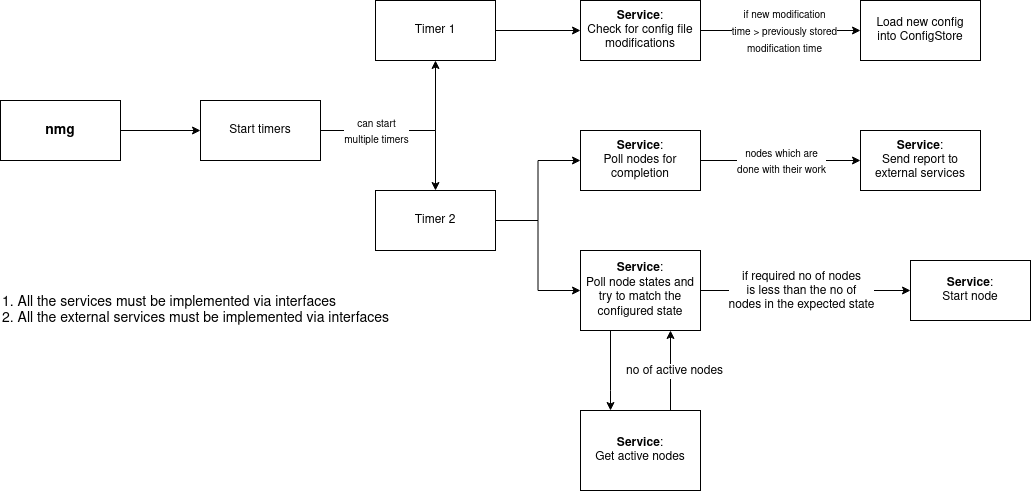
The draw.io diagram docs/node_manager_flow.png in sazid/node_manager, before a commit. Source tidied: cells renumbered, new cells last; positions are measured from the earlier drawing's top-left corner, leaving out a move shared by most shapes. Its diagram source:
```xml
<mxGraphModel>
  <root>
    <mxCell id="0" />
    <mxCell id="1" parent="0" />
    <mxCell id="2" style="edgeStyle=orthogonalEdgeStyle;rounded=0;jettySize=auto;html=1;" parent="1" edge="1" source="3" target="7">
      <mxGeometry relative="1" as="geometry" />
    </mxCell>
    <mxCell id="3" value="&lt;div style=&quot;font-size: 14px;&quot;&gt;nmg&lt;br style=&quot;font-size: 14px;&quot;&gt;&lt;/div&gt;" style="rounded=0;whiteSpace=wrap;html=1;fontStyle=1;fontSize=14;" parent="1" vertex="1">
      <mxGeometry y="100" width="120" height="60" as="geometry" />
    </mxCell>
    <mxCell id="4" style="edgeStyle=orthogonalEdgeStyle;rounded=0;jettySize=auto;html=1;" parent="1" edge="1" source="7" target="13">
      <mxGeometry relative="1" as="geometry" />
    </mxCell>
    <mxCell id="5" style="edgeStyle=orthogonalEdgeStyle;rounded=0;jettySize=auto;html=1;entryX=0.5;entryY=0;entryDx=0;entryDy=0;" parent="1" edge="1" source="7" target="16">
      <mxGeometry relative="1" as="geometry" />
    </mxCell>
    <mxCell id="6" value="&lt;font size=&quot;1&quot;&gt;can start&lt;br&gt;multiple timers&lt;br&gt;&lt;/font&gt;" style="edgeLabel;html=1;align=center;verticalAlign=middle;fontSize=14;" parent="5" vertex="1">
      <mxGeometry x="-0.53" y="1" relative="1" as="geometry">
        <mxPoint x="14" y="1" as="offset" />
      </mxGeometry>
    </mxCell>
    <mxCell id="7" value="&lt;div&gt;Start timers&lt;/div&gt;" style="rounded=0;whiteSpace=wrap;html=1;" parent="1" vertex="1">
      <mxGeometry x="200" y="100" width="120" height="60" as="geometry" />
    </mxCell>
    <mxCell id="8" style="edgeStyle=orthogonalEdgeStyle;rounded=0;jettySize=auto;html=1;" parent="1" edge="1" source="10" target="11">
      <mxGeometry relative="1" as="geometry" />
    </mxCell>
    <mxCell id="9" value="&lt;font style=&quot;font-size: 10px&quot;&gt;if new modification&lt;br&gt;time &amp;gt; previously stored&lt;br&gt;modification time&lt;br&gt;&lt;/font&gt;" style="edgeLabel;html=1;align=center;verticalAlign=middle;fontSize=14;" parent="8" vertex="1">
      <mxGeometry x="-0.21" y="-2" relative="1" as="geometry">
        <mxPoint x="20" y="-2" as="offset" />
      </mxGeometry>
    </mxCell>
    <mxCell id="10" value="&lt;b&gt;Service&lt;/b&gt;:&lt;br&gt;Check for config file modifications" style="rounded=0;whiteSpace=wrap;html=1;" parent="1" vertex="1">
      <mxGeometry x="580" width="120" height="60" as="geometry" />
    </mxCell>
    <mxCell id="11" value="Load new config&lt;br&gt;into ConfigStore" style="rounded=0;whiteSpace=wrap;html=1;" parent="1" vertex="1">
      <mxGeometry x="860" width="120" height="60" as="geometry" />
    </mxCell>
    <mxCell id="12" style="edgeStyle=orthogonalEdgeStyle;rounded=0;jettySize=auto;html=1;" parent="1" edge="1" source="13" target="10">
      <mxGeometry relative="1" as="geometry" />
    </mxCell>
    <mxCell id="13" value="Timer 1" style="rounded=0;whiteSpace=wrap;html=1;" parent="1" vertex="1">
      <mxGeometry x="375" width="120" height="60" as="geometry" />
    </mxCell>
    <mxCell id="14" style="edgeStyle=orthogonalEdgeStyle;rounded=0;jettySize=auto;html=1;" parent="1" edge="1" source="16" target="20">
      <mxGeometry relative="1" as="geometry" />
    </mxCell>
    <mxCell id="15" style="edgeStyle=orthogonalEdgeStyle;rounded=0;jettySize=auto;html=1;entryX=0;entryY=0.5;entryDx=0;entryDy=0;" parent="1" edge="1" source="16" target="23">
      <mxGeometry relative="1" as="geometry" />
    </mxCell>
    <mxCell id="16" value="Timer 2" style="rounded=0;whiteSpace=wrap;html=1;" parent="1" vertex="1">
      <mxGeometry x="375" y="190" width="120" height="60" as="geometry" />
    </mxCell>
    <mxCell id="17" style="edgeStyle=orthogonalEdgeStyle;rounded=0;jettySize=auto;html=1;fontSize=12;" parent="1" edge="1" source="20" target="29">
      <mxGeometry relative="1" as="geometry">
        <Array as="points">
          <mxPoint x="610" y="390" />
          <mxPoint x="610" y="390" />
        </Array>
      </mxGeometry>
    </mxCell>
    <mxCell id="18" style="edgeStyle=orthogonalEdgeStyle;rounded=0;jettySize=auto;html=1;entryX=0;entryY=0.5;entryDx=0;entryDy=0;fontSize=12;" parent="1" edge="1" source="20" target="25">
      <mxGeometry relative="1" as="geometry" />
    </mxCell>
    <mxCell id="19" value="&lt;font style=&quot;font-size: 12px&quot;&gt;if required no of nodes &lt;br style=&quot;font-size: 12px&quot;&gt;is less than the no of&lt;br style=&quot;font-size: 12px&quot;&gt;nodes in the expected state&lt;br style=&quot;font-size: 12px&quot;&gt;&lt;/font&gt;" style="edgeLabel;html=1;align=center;verticalAlign=middle;fontSize=12;" parent="18" vertex="1">
      <mxGeometry x="-0.13" y="-2" relative="1" as="geometry">
        <mxPoint x="9" y="-2" as="offset" />
      </mxGeometry>
    </mxCell>
    <mxCell id="20" value="&lt;div&gt;&lt;b&gt;Service&lt;/b&gt;:&lt;/div&gt;Poll node states and try to match the configured state" style="rounded=0;whiteSpace=wrap;html=1;" parent="1" vertex="1">
      <mxGeometry x="580" y="250" width="120" height="80" as="geometry" />
    </mxCell>
    <mxCell id="21" style="edgeStyle=orthogonalEdgeStyle;rounded=0;jettySize=auto;html=1;fontSize=14;" parent="1" edge="1" source="23" target="24">
      <mxGeometry relative="1" as="geometry" />
    </mxCell>
    <mxCell id="22" value="&lt;font style=&quot;font-size: 10px&quot;&gt;nodes which are&lt;br&gt;done with their work&lt;/font&gt;" style="edgeLabel;html=1;align=center;verticalAlign=middle;fontSize=14;" parent="21" vertex="1">
      <mxGeometry x="-0.25" relative="1" as="geometry">
        <mxPoint x="20" as="offset" />
      </mxGeometry>
    </mxCell>
    <mxCell id="23" value="&lt;b&gt;Service&lt;/b&gt;:&lt;br&gt;Poll nodes for completion" style="rounded=0;whiteSpace=wrap;html=1;" parent="1" vertex="1">
      <mxGeometry x="580" y="130" width="120" height="60" as="geometry" />
    </mxCell>
    <mxCell id="24" value="&lt;b&gt;Service&lt;/b&gt;:&lt;br&gt;Send report to external services" style="whiteSpace=wrap;html=1;rounded=0;" parent="1" vertex="1">
      <mxGeometry x="860" y="130" width="120" height="60" as="geometry" />
    </mxCell>
    <mxCell id="25" value="&lt;b&gt;Service&lt;/b&gt;:&lt;br&gt;Start node" style="rounded=0;whiteSpace=wrap;html=1;" parent="1" vertex="1">
      <mxGeometry x="910" y="260" width="120" height="60" as="geometry" />
    </mxCell>
    <mxCell id="26" value="1. All the services must be implemented via interfaces&lt;br&gt;2. All the external services must be implemented via interfaces" style="text;html=1;align=left;verticalAlign=middle;strokeColor=none;fontSize=14;" parent="1" vertex="1">
      <mxGeometry y="290" width="400" height="40" as="geometry" />
    </mxCell>
    <mxCell id="27" style="edgeStyle=orthogonalEdgeStyle;rounded=0;jettySize=auto;html=1;exitX=0.75;exitY=0;exitDx=0;exitDy=0;entryX=0.75;entryY=1;entryDx=0;entryDy=0;fontSize=12;" parent="1" edge="1" source="29" target="20">
      <mxGeometry relative="1" as="geometry" />
    </mxCell>
    <mxCell id="28" value="no of active nodes" style="edgeLabel;html=1;align=center;verticalAlign=middle;fontSize=12;" parent="27" vertex="1">
      <mxGeometry x="0.25" y="-3" relative="1" as="geometry">
        <mxPoint y="10" as="offset" />
      </mxGeometry>
    </mxCell>
    <mxCell id="29" value="&lt;b&gt;Service&lt;/b&gt;:&lt;br&gt;Get active nodes" style="rounded=0;whiteSpace=wrap;html=1;" parent="1" vertex="1">
      <mxGeometry x="580" y="410" width="120" height="80" as="geometry" />
    </mxCell>
  </root>
</mxGraphModel>
```
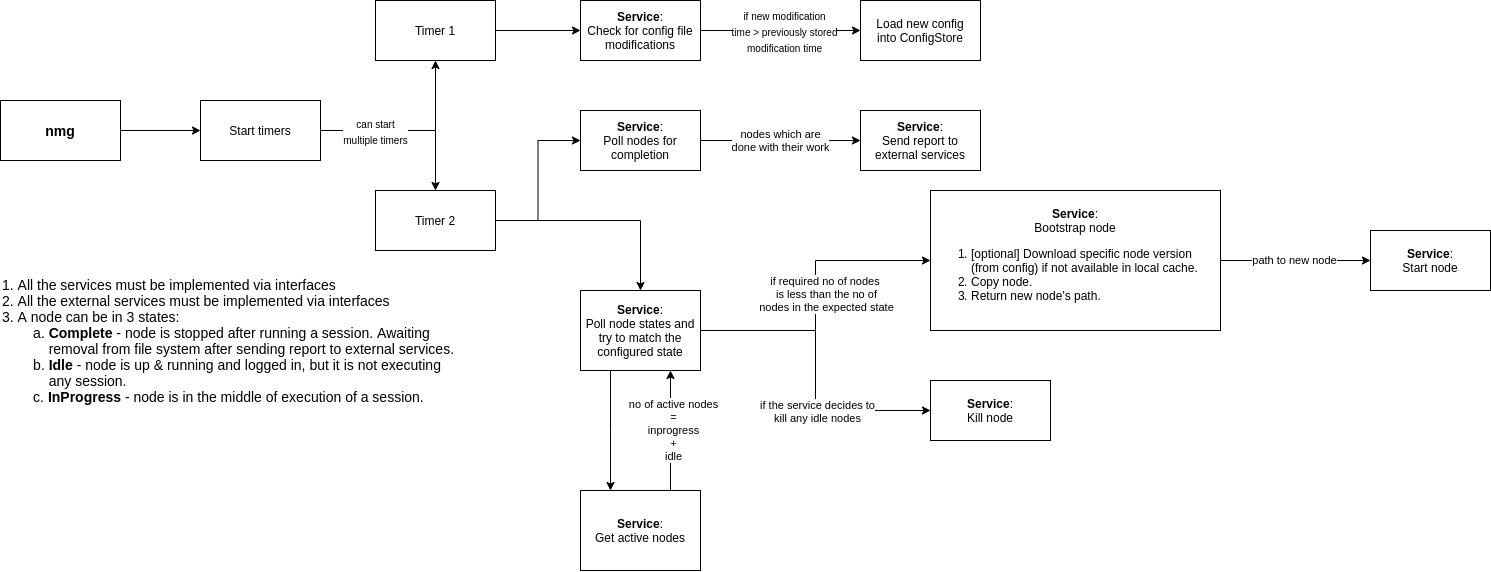
After the change.

Commit message:
[skip ci] update service diagram

Change to the diagram source:
```diff
@@ -54,52 +54,79 @@
     <mxCell id="17" style="edgeStyle=orthogonalEdgeStyle;rounded=0;jettySize=auto;html=1;fontSize=12;" parent="1" edge="1" source="20" target="29">
       <mxGeometry relative="1" as="geometry">
         <Array as="points">
-          <mxPoint x="610" y="390" />
-          <mxPoint x="610" y="390" />
+          <mxPoint x="610" y="430" />
+          <mxPoint x="610" y="430" />
         </Array>
       </mxGeometry>
     </mxCell>
     <mxCell id="18" style="edgeStyle=orthogonalEdgeStyle;rounded=0;jettySize=auto;html=1;entryX=0;entryY=0.5;entryDx=0;entryDy=0;fontSize=12;" parent="1" edge="1" source="20" target="25">
       <mxGeometry relative="1" as="geometry" />
     </mxCell>
-    <mxCell id="19" value="&lt;font style=&quot;font-size: 12px&quot;&gt;if required no of nodes &lt;br style=&quot;font-size: 12px&quot;&gt;is less than the no of&lt;br style=&quot;font-size: 12px&quot;&gt;nodes in the expected state&lt;br style=&quot;font-size: 12px&quot;&gt;&lt;/font&gt;" style="edgeLabel;html=1;align=center;verticalAlign=middle;fontSize=12;" parent="18" vertex="1">
+    <mxCell id="19" value="&lt;font style=&quot;font-size: 11px;&quot;&gt;if required no of nodes &lt;br style=&quot;font-size: 11px;&quot;&gt;is less than the no of&lt;br style=&quot;font-size: 11px;&quot;&gt;nodes in the expected state&lt;br style=&quot;font-size: 11px;&quot;&gt;&lt;/font&gt;" style="edgeLabel;html=1;align=center;verticalAlign=middle;fontSize=11;" parent="18" vertex="1">
       <mxGeometry x="-0.13" y="-2" relative="1" as="geometry">
-        <mxPoint x="9" y="-2" as="offset" />
+        <mxPoint x="9" y="-21" as="offset" />
       </mxGeometry>
     </mxCell>
+    <mxCell id="30" style="edgeStyle=orthogonalEdgeStyle;rounded=0;jettySize=auto;html=1;entryX=0;entryY=0.5;entryDx=0;entryDy=0;" parent="1" edge="1" source="20" target="34">
+      <mxGeometry relative="1" as="geometry" />
+    </mxCell>
+    <mxCell id="31" value="if the service decides to&lt;br style=&quot;font-size: 11px;&quot;&gt;kill any idle nodes" style="edgeLabel;html=1;align=center;verticalAlign=middle;fontSize=11;" parent="30" vertex="1">
+      <mxGeometry x="0.25" y="2" relative="1" as="geometry">
+        <mxPoint y="1" as="offset" />
+      </mxGeometry>
+    </mxCell>
     <mxCell id="20" value="&lt;div&gt;&lt;b&gt;Service&lt;/b&gt;:&lt;/div&gt;Poll node states and try to match the configured state" style="rounded=0;whiteSpace=wrap;html=1;" parent="1" vertex="1">
-      <mxGeometry x="580" y="250" width="120" height="80" as="geometry" />
+      <mxGeometry x="580" y="290" width="120" height="80" as="geometry" />
     </mxCell>
     <mxCell id="21" style="edgeStyle=orthogonalEdgeStyle;rounded=0;jettySize=auto;html=1;fontSize=14;" parent="1" edge="1" source="23" target="24">
       <mxGeometry relative="1" as="geometry" />
     </mxCell>
-    <mxCell id="22" value="&lt;font style=&quot;font-size: 10px&quot;&gt;nodes which are&lt;br&gt;done with their work&lt;/font&gt;" style="edgeLabel;html=1;align=center;verticalAlign=middle;fontSize=14;" parent="21" vertex="1">
+    <mxCell id="22" value="&lt;font style=&quot;font-size: 11px;&quot;&gt;nodes which are&lt;br style=&quot;font-size: 11px;&quot;&gt;done with their work&lt;/font&gt;" style="edgeLabel;html=1;align=center;verticalAlign=middle;fontSize=11;" parent="21" vertex="1">
       <mxGeometry x="-0.25" relative="1" as="geometry">
         <mxPoint x="20" as="offset" />
       </mxGeometry>
     </mxCell>
     <mxCell id="23" value="&lt;b&gt;Service&lt;/b&gt;:&lt;br&gt;Poll nodes for completion" style="rounded=0;whiteSpace=wrap;html=1;" parent="1" vertex="1">
-      <mxGeometry x="580" y="130" width="120" height="60" as="geometry" />
+      <mxGeometry x="580" y="110" width="120" height="60" as="geometry" />
     </mxCell>
     <mxCell id="24" value="&lt;b&gt;Service&lt;/b&gt;:&lt;br&gt;Send report to external services" style="whiteSpace=wrap;html=1;rounded=0;" parent="1" vertex="1">
-      <mxGeometry x="860" y="130" width="120" height="60" as="geometry" />
+      <mxGeometry x="860" y="110" width="120" height="60" as="geometry" />
     </mxCell>
+    <mxCell id="32" style="edgeStyle=orthogonalEdgeStyle;rounded=0;jettySize=auto;html=1;" parent="1" edge="1" source="25" target="35">
+      <mxGeometry relative="1" as="geometry">
+        <Array as="points">
+          <mxPoint x="1140" y="260" />
+          <mxPoint x="1140" y="260" />
+        </Array>
+      </mxGeometry>
+    </mxCell>
+    <mxCell id="33" value="path to new node" style="edgeLabel;html=1;align=center;verticalAlign=middle;" parent="32" vertex="1">
+      <mxGeometry x="-0.28" y="2" relative="1" as="geometry">
+        <mxPoint x="19" y="2" as="offset" />
+      </mxGeometry>
+    </mxCell>
-    <mxCell id="25" value="&lt;b&gt;Service&lt;/b&gt;:&lt;br&gt;Start node" style="rounded=0;whiteSpace=wrap;html=1;" parent="1" vertex="1">
-      <mxGeometry x="910" y="260" width="120" height="60" as="geometry" />
+    <mxCell id="25" value="&lt;b&gt;Service&lt;/b&gt;:&lt;br&gt;Bootstrap node&lt;br&gt;&lt;div style=&quot;text-align: left&quot;&gt;&lt;ol&gt;&lt;li&gt;&lt;span&gt;[optional] Download specific node version (from config) if not available in local cache.&lt;/span&gt;&lt;/li&gt;&lt;li&gt;&lt;span&gt;Copy node.&lt;/span&gt;&lt;/li&gt;&lt;li&gt;&lt;span&gt;Return new node's path.&lt;/span&gt;&lt;/li&gt;&lt;/ol&gt;&lt;/div&gt;" style="rounded=0;whiteSpace=wrap;html=1;" parent="1" vertex="1">
+      <mxGeometry x="930" y="190" width="290" height="140" as="geometry" />
     </mxCell>
-    <mxCell id="26" value="1. All the services must be implemented via interfaces&lt;br&gt;2. All the external services must be implemented via interfaces" style="text;html=1;align=left;verticalAlign=middle;strokeColor=none;fontSize=14;" parent="1" vertex="1">
-      <mxGeometry y="290" width="400" height="40" as="geometry" />
+    <mxCell id="26" value="1. All the services must be implemented via interfaces&lt;br&gt;2. All the external services must be implemented via interfaces&lt;br&gt;3. A node can be in 3 states:&lt;br&gt;&lt;span style=&quot;white-space: pre&quot;&gt;&#9;&lt;/span&gt;a. &lt;b&gt;Complete&lt;/b&gt; - node is stopped after running a session. Awaiting&lt;br&gt;&lt;span style=&quot;white-space: pre&quot;&gt;&#9;&lt;/span&gt;&amp;nbsp; &amp;nbsp; removal from file system after sending report to external services.&lt;br&gt;&lt;span style=&quot;white-space: pre&quot;&gt;&#9;&lt;/span&gt;b. &lt;b&gt;Idle&lt;/b&gt; - node is up &amp;amp; running and logged in, but it is not executing&lt;br&gt;&lt;span style=&quot;white-space: pre&quot;&gt;&#9;&lt;/span&gt;&amp;nbsp; &amp;nbsp; any session.&lt;br&gt;&lt;span style=&quot;white-space: pre&quot;&gt;&#9;&lt;/span&gt;c. &lt;b&gt;InProgress&lt;/b&gt; - node is in the middle of execution of a session." style="text;html=1;align=left;verticalAlign=middle;strokeColor=none;fontSize=14;" parent="1" vertex="1">
+      <mxGeometry y="270" width="470" height="140" as="geometry" />
     </mxCell>
     <mxCell id="27" style="edgeStyle=orthogonalEdgeStyle;rounded=0;jettySize=auto;html=1;exitX=0.75;exitY=0;exitDx=0;exitDy=0;entryX=0.75;entryY=1;entryDx=0;entryDy=0;fontSize=12;" parent="1" edge="1" source="29" target="20">
       <mxGeometry relative="1" as="geometry" />
     </mxCell>
-    <mxCell id="28" value="no of active nodes" style="edgeLabel;html=1;align=center;verticalAlign=middle;fontSize=12;" parent="27" vertex="1">
+    <mxCell id="28" value="no of active nodes&lt;br&gt;=&lt;br&gt;inprogress&lt;br&gt;+&lt;br&gt;idle" style="edgeLabel;html=1;align=center;verticalAlign=middle;fontSize=11;" parent="27" vertex="1">
       <mxGeometry x="0.25" y="-3" relative="1" as="geometry">
-        <mxPoint y="10" as="offset" />
+        <mxPoint y="15" as="offset" />
       </mxGeometry>
     </mxCell>
     <mxCell id="29" value="&lt;b&gt;Service&lt;/b&gt;:&lt;br&gt;Get active nodes" style="rounded=0;whiteSpace=wrap;html=1;" parent="1" vertex="1">
-      <mxGeometry x="580" y="410" width="120" height="80" as="geometry" />
+      <mxGeometry x="580" y="490" width="120" height="80" as="geometry" />
     </mxCell>
+    <mxCell id="34" value="&lt;b&gt;Service&lt;/b&gt;:&lt;br&gt;Kill node" style="rounded=0;whiteSpace=wrap;html=1;" parent="1" vertex="1">
+      <mxGeometry x="930" y="380" width="120" height="60" as="geometry" />
+    </mxCell>
+    <mxCell id="35" value="&lt;b&gt;Service&lt;/b&gt;:&lt;br&gt;Start node" style="rounded=0;whiteSpace=wrap;html=1;" parent="1" vertex="1">
+      <mxGeometry x="1370" y="230" width="120" height="60" as="geometry" />
+    </mxCell>
   </root>
 </mxGraphModel>
```
